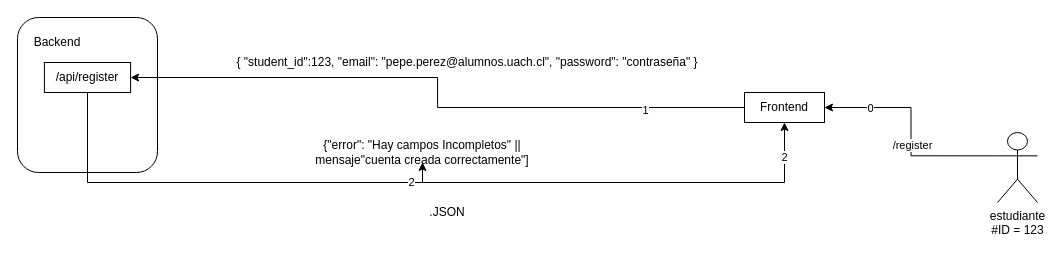
The draw.io diagram page "register" (2 of 3) of flujoRamos.drawio in notMago/Ciber-espacioCompartido, before the edit. Source tidied: cells renumbered, new cells numbered last; positions are measured from the earlier drawing's top-left corner, leaving out a move shared by most shapes. Both pictures are drawn from the tidied source at 100%, with x=0, y=0 at pixel (17, 17).
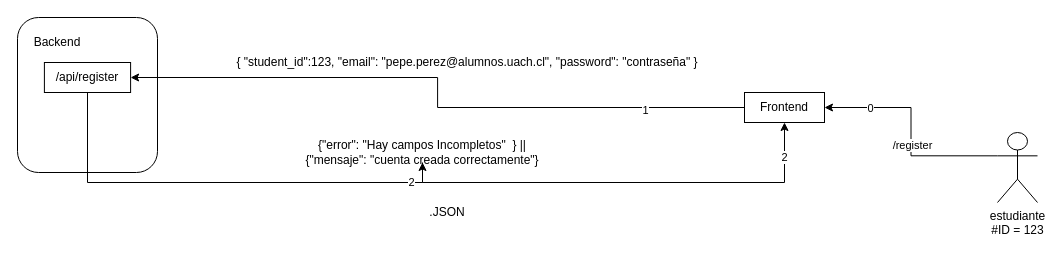
After the change.

What changed in the source:
```diff
@@
-    <mxCell id="16" value="{&quot;error&quot;: &quot;Hay campos Incompletos&lt;span&gt;&quot; ||&lt;/span&gt;&lt;br&gt;mensaje&quot;cuenta creada correctamente&quot;]" style="text;html=1;strokeColor=none;fillColor=none;align=center;verticalAlign=middle;whiteSpace=wrap;rounded=0;" parent="1" vertex="1">
+    <mxCell id="16" value="{&quot;error&quot;: &quot;Hay campos Incompletos&lt;span&gt;&quot;&amp;nbsp; } ||&lt;/span&gt;&lt;br&gt;{&quot;mensaje&quot;: &quot;cuenta creada correctamente&quot;}" style="text;html=1;strokeColor=none;fillColor=none;align=center;verticalAlign=middle;whiteSpace=wrap;rounded=0;" parent="1" vertex="1">
       <mxGeometry x="90" y="125" width="630" height="20" as="geometry" />
     </mxCell>
```
